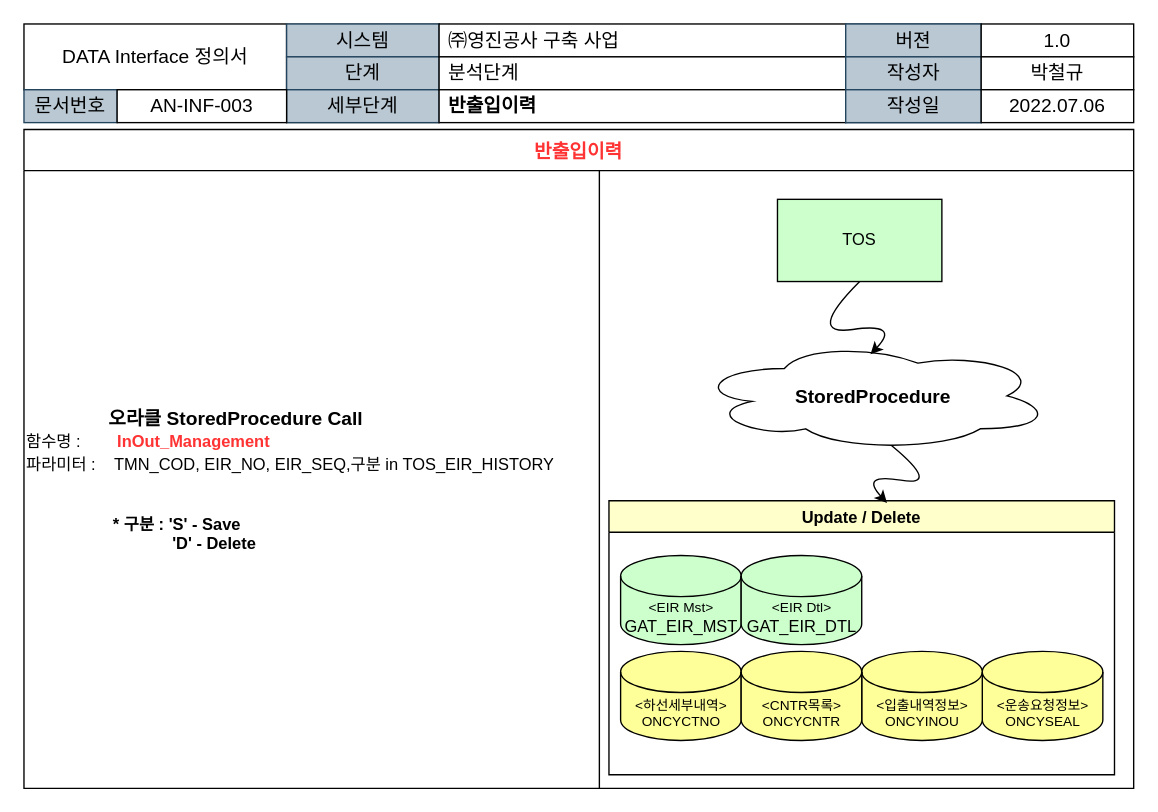
Before: page "반출입이력 Update" (5 of 5) of 산출물/프로세스 명세서 (Data Interface).drawio in yabadadu/-, a draw.io diagram. Source tidied: cells renumbered, new cells numbered last; positions are measured from the earlier drawing's top-left corner, leaving out a move shared by most shapes. Both pictures are drawn from the tidied source at 137%, with x=0, y=0 at pixel (23, 23).
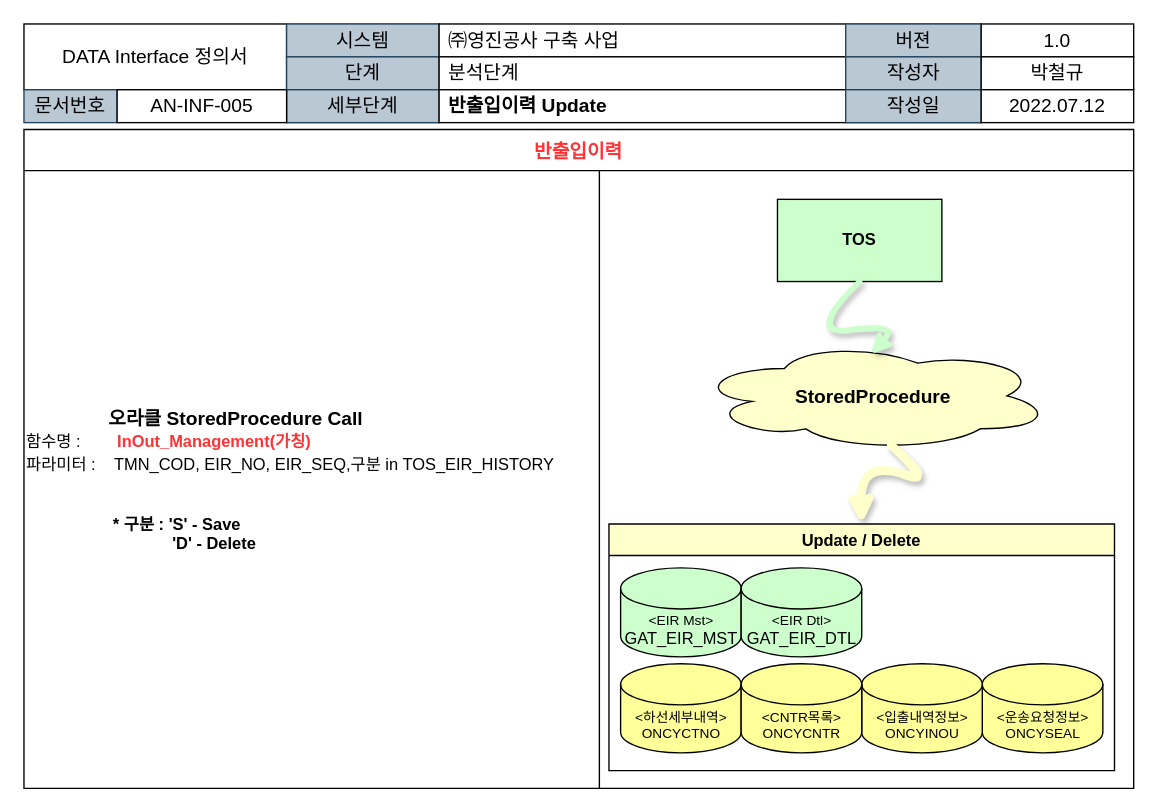
The same page after the edit.

The change refers to these unchanged cells:
```xml
<mxCell id="2" style="group;" parent="1" vertex="1">
  <mxGeometry width="810" height="72" as="geometry" />
</mxCell>
<mxCell id="8" style="group;align=left;" parent="2" vertex="1">
  <mxGeometry x="303" width="296.8" height="72" as="geometry" />
</mxCell>
<mxCell id="16" style="group;" parent="2" vertex="1">
  <mxGeometry x="698.7" width="111.3" height="72" as="geometry" />
</mxCell>
<mxCell id="24" style="shape=tableRow;horizontal=0;startSize=0;swimlaneHead=0;swimlaneBody=0;top=0;left=0;bottom=0;right=0;fillColor=none;fontSize=14;fontColor=#FF3333;" parent="23" vertex="1">
  <mxGeometry y="30" width="810" height="451" as="geometry" />
</mxCell>
```

Change to the diagram source:
```diff
@@
-    <mxCell id="11" value="&lt;b&gt;반출입이력&lt;/b&gt;" style="rounded=0;whiteSpace=wrap;html=1;fontSize=14;align=left;spacingLeft=5;" parent="8" vertex="1">
+    <mxCell id="11" value="&lt;b&gt;반출입이력 Update&lt;/b&gt;" style="rounded=0;whiteSpace=wrap;html=1;fontSize=14;align=left;spacingLeft=5;" parent="8" vertex="1">
       <mxGeometry y="48" width="296.8" height="24" as="geometry" />
     </mxCell>
@@
-    <mxCell id="20" value="2022.07.06" style="rounded=0;whiteSpace=wrap;html=1;fontSize=14;" parent="16" vertex="1">
+    <mxCell id="20" value="2022.07.12" style="rounded=0;whiteSpace=wrap;html=1;fontSize=14;" parent="16" vertex="1">
       <mxGeometry y="48" width="111.3" height="24" as="geometry" />
     </mxCell>
@@
-    <mxCell id="22" value="AN-INF-003" style="rounded=0;whiteSpace=wrap;html=1;fontSize=14;" parent="2" vertex="1">
+    <mxCell id="22" value="AN-INF-005" style="rounded=0;whiteSpace=wrap;html=1;fontSize=14;" parent="2" vertex="1">
       <mxGeometry x="68" y="48" width="123.7" height="24" as="geometry" />
     </mxCell>
@@
-    <mxCell id="25" value="&lt;div style=&quot;&quot;&gt;&lt;div style=&quot;&quot;&gt;&lt;font style=&quot;font-size: 12px;&quot; color=&quot;#000000&quot;&gt;&amp;nbsp; &amp;nbsp; &amp;nbsp; &amp;nbsp; &amp;nbsp; &amp;nbsp; &amp;nbsp; &amp;nbsp; &amp;nbsp;&amp;nbsp;&lt;/font&gt;&lt;font style=&quot;font-size: 14px; color: rgb(0, 0, 0);&quot;&gt;&lt;b&gt;오라클 StoredProcedure Call&lt;/b&gt;&lt;/font&gt;&lt;br&gt;&lt;font style=&quot;font-size: 12px;&quot; color=&quot;#000000&quot;&gt;함수명 :&amp;nbsp; &amp;nbsp; &amp;nbsp; &amp;nbsp; &lt;/font&gt;&lt;b style=&quot;font-size: 12px;&quot;&gt;InOut_Management&lt;/b&gt;&lt;br&gt;&lt;font style=&quot;&quot; color=&quot;#000000&quot;&gt;&lt;span style=&quot;font-size: 12px;&quot;&gt;파라미터 :&amp;nbsp; &amp;nbsp; TMN_COD, EIR_NO, EIR_SEQ,구분 in TOS_EIR_HISTORY&lt;/span&gt;&lt;/font&gt;&lt;br&gt;&lt;/div&gt;&lt;div style=&quot;color: rgb(0, 0, 0); font-size: 12px;&quot;&gt;&lt;br&gt;&lt;/div&gt;&lt;div style=&quot;color: rgb(0, 0, 0); font-size: 12px;&quot;&gt;&lt;br&gt;&lt;/div&gt;&lt;div style=&quot;color: rgb(0, 0, 0); font-size: 12px;&quot;&gt;&amp;nbsp; &amp;nbsp; &amp;nbsp; &amp;nbsp; &amp;nbsp; &amp;nbsp; &amp;nbsp; &amp;nbsp; &amp;nbsp; &amp;nbsp;&lt;b&gt;* 구분 : 'S' - Save&lt;/b&gt;&lt;/div&gt;&lt;div style=&quot;color: rgb(0, 0, 0); font-size: 12px;&quot;&gt;&lt;b&gt;&amp;nbsp; &amp;nbsp; &amp;nbsp; &amp;nbsp; &amp;nbsp; &amp;nbsp; &amp;nbsp; &amp;nbsp; &amp;nbsp; &amp;nbsp; &amp;nbsp; &amp;nbsp; &amp;nbsp; &amp;nbsp; &amp;nbsp; &amp;nbsp; 'D' - Delete&lt;/b&gt;&lt;/div&gt;&lt;/div&gt;" style="shape=partialRectangle;html=1;whiteSpace=wrap;fillColor=none;top=0;left=0;bottom=0;right=0;overflow=hidden;fontSize=14;fontColor=#FF3333;align=left;" parent="24" vertex="1">
+    <mxCell id="25" value="&lt;div style=&quot;&quot;&gt;&lt;div style=&quot;&quot;&gt;&lt;font style=&quot;font-size: 12px;&quot; color=&quot;#000000&quot;&gt;&amp;nbsp; &amp;nbsp; &amp;nbsp; &amp;nbsp; &amp;nbsp; &amp;nbsp; &amp;nbsp; &amp;nbsp; &amp;nbsp;&amp;nbsp;&lt;/font&gt;&lt;font style=&quot;font-size: 14px; color: rgb(0, 0, 0);&quot;&gt;&lt;b&gt;오라클 StoredProcedure Call&lt;/b&gt;&lt;/font&gt;&lt;br&gt;&lt;font style=&quot;font-size: 12px;&quot; color=&quot;#000000&quot;&gt;함수명 :&amp;nbsp; &amp;nbsp; &amp;nbsp; &amp;nbsp; &lt;/font&gt;&lt;b style=&quot;font-size: 12px;&quot;&gt;InOut_Management(가칭)&lt;/b&gt;&lt;br&gt;&lt;font style=&quot;&quot; color=&quot;#000000&quot;&gt;&lt;span style=&quot;font-size: 12px;&quot;&gt;파라미터 :&amp;nbsp; &amp;nbsp; TMN_COD, EIR_NO, EIR_SEQ,구분 in TOS_EIR_HISTORY&lt;/span&gt;&lt;/font&gt;&lt;br&gt;&lt;/div&gt;&lt;div style=&quot;color: rgb(0, 0, 0); font-size: 12px;&quot;&gt;&lt;br&gt;&lt;/div&gt;&lt;div style=&quot;color: rgb(0, 0, 0); font-size: 12px;&quot;&gt;&lt;br&gt;&lt;/div&gt;&lt;div style=&quot;color: rgb(0, 0, 0); font-size: 12px;&quot;&gt;&amp;nbsp; &amp;nbsp; &amp;nbsp; &amp;nbsp; &amp;nbsp; &amp;nbsp; &amp;nbsp; &amp;nbsp; &amp;nbsp; &amp;nbsp;&lt;b&gt;* 구분 : 'S' - Save&lt;/b&gt;&lt;/div&gt;&lt;div style=&quot;color: rgb(0, 0, 0); font-size: 12px;&quot;&gt;&lt;b&gt;&amp;nbsp; &amp;nbsp; &amp;nbsp; &amp;nbsp; &amp;nbsp; &amp;nbsp; &amp;nbsp; &amp;nbsp; &amp;nbsp; &amp;nbsp; &amp;nbsp; &amp;nbsp; &amp;nbsp; &amp;nbsp; &amp;nbsp; &amp;nbsp; 'D' - Delete&lt;/b&gt;&lt;/div&gt;&lt;/div&gt;" style="shape=partialRectangle;html=1;whiteSpace=wrap;fillColor=none;top=0;left=0;bottom=0;right=0;overflow=hidden;fontSize=14;fontColor=#FF3333;align=left;" parent="24" vertex="1">
       <mxGeometry width="420" height="451" as="geometry" />
     </mxCell>
@@
-    <mxCell id="27" value="&lt;b style=&quot;font-size: 14px; text-align: left;&quot;&gt;StoredProcedure&lt;/b&gt;" style="ellipse;shape=cloud;whiteSpace=wrap;html=1;fontSize=12;fontColor=#000000;fillColor=#FFFFFF;" parent="1" vertex="1">
+    <mxCell id="27" value="&lt;b style=&quot;font-size: 14px; text-align: left;&quot;&gt;StoredProcedure&lt;/b&gt;" style="ellipse;shape=cloud;whiteSpace=wrap;html=1;fontSize=12;fontColor=#000000;fillColor=#FFFFCC;" parent="1" vertex="1">
       <mxGeometry x="490" y="231.5" width="260" height="80" as="geometry" />
     </mxCell>
-    <mxCell id="28" value="TOS" style="rounded=0;whiteSpace=wrap;html=1;fontSize=12;fontColor=#000000;fillColor=#CCFFCC;" parent="1" vertex="1">
+    <mxCell id="28" value="TOS" style="rounded=0;whiteSpace=wrap;html=1;fontSize=12;fontColor=#000000;fillColor=#CCFFCC;fontStyle=1;" parent="1" vertex="1">
       <mxGeometry x="550" y="128" width="120" height="60" as="geometry" />
     </mxCell>
     <mxCell id="29" style="group;" parent="1" vertex="1">
-      <mxGeometry x="435.5" y="458" width="352" height="65" as="geometry" />
+      <mxGeometry x="435.5" y="467" width="352" height="65" as="geometry" />
     </mxCell>
@@
-    <mxCell id="34" style="curved=1;endArrow=classic;html=1;rounded=0;fontSize=10;fontColor=#000000;exitX=0.5;exitY=1;exitDx=0;exitDy=0;entryX=0.492;entryY=0.12;entryDx=0;entryDy=0;entryPerimeter=0;" parent="1" edge="1" source="28" target="27">
+    <mxCell id="34" style="curved=1;endArrow=classic;html=1;rounded=0;fontSize=10;fontColor=#000000;exitX=0.5;exitY=1;exitDx=0;exitDy=0;entryX=0.492;entryY=0.12;entryDx=0;entryDy=0;entryPerimeter=0;strokeColor=#CCFFCC;strokeWidth=4;shadow=1;sketch=1;" parent="1" edge="1" source="28" target="27">
       <mxGeometry relative="1" as="geometry">
         <Array as="points">
           <mxPoint x="570" y="228" />
           <mxPoint x="640" y="218" />
         </Array>
       </mxGeometry>
     </mxCell>
     <mxCell id="35" value="&lt;span style=&quot;font-size: 10px;&quot;&gt;&amp;lt;EIR Mst&amp;gt;&lt;/span&gt;&lt;br style=&quot;font-size: 10px;&quot;&gt;&lt;div style=&quot;&quot;&gt;&lt;div style=&quot;page: WordSection1;&quot; class=&quot;WordSection1&quot;&gt;&lt;p style=&quot;margin: 0cm 0cm 0.0001pt; line-height: normal; font-family: &amp;quot;맑은 고딕&amp;quot;; word-break: keep-all;&quot; class=&quot;MsoNormal&quot;&gt;&lt;span style=&quot;font-family: Calibri, sans-serif;&quot; lang=&quot;EN-US&quot;&gt;&lt;font style=&quot;font-size: 12px;&quot;&gt;GAT_EIR_MST&lt;/font&gt;&lt;/span&gt;&lt;/p&gt;&lt;/div&gt;&lt;/div&gt;" style="shape=cylinder3;whiteSpace=wrap;html=1;boundedLbl=1;backgroundOutline=1;size=15;fillColor=#CCFFCC;align=center;fontSize=10;" parent="1" vertex="1">
-      <mxGeometry x="435.5" y="388" width="88" height="65" as="geometry" />
+      <mxGeometry x="435.5" y="397" width="88" height="65" as="geometry" />
     </mxCell>
     <mxCell id="36" value="&lt;span style=&quot;font-size: 10px;&quot;&gt;&amp;lt;EIR Dtl&amp;gt;&lt;/span&gt;&lt;br style=&quot;font-size: 10px;&quot;&gt;&lt;div style=&quot;&quot;&gt;&lt;div style=&quot;page: WordSection1;&quot; class=&quot;WordSection1&quot;&gt;&lt;p style=&quot;margin: 0cm 0cm 0.0001pt; line-height: normal; font-family: &amp;quot;맑은 고딕&amp;quot;; word-break: keep-all;&quot; class=&quot;MsoNormal&quot;&gt;&lt;span style=&quot;font-family: Calibri, sans-serif;&quot; lang=&quot;EN-US&quot;&gt;&lt;font style=&quot;font-size: 12px;&quot;&gt;GAT_EIR_DTL&lt;/font&gt;&lt;/span&gt;&lt;/p&gt;&lt;/div&gt;&lt;/div&gt;" style="shape=cylinder3;whiteSpace=wrap;html=1;boundedLbl=1;backgroundOutline=1;size=15;fillColor=#CCFFCC;align=center;fontSize=10;" parent="1" vertex="1">
-      <mxGeometry x="523.5" y="388" width="88" height="65" as="geometry" />
+      <mxGeometry x="523.5" y="397" width="88" height="65" as="geometry" />
     </mxCell>
     <mxCell id="37" value="Update / Delete" style="swimlane;fontSize=12;fontColor=#000000;fillColor=#FFFFCC;" parent="1" vertex="1">
-      <mxGeometry x="427" y="348" width="369" height="200" as="geometry" />
+      <mxGeometry x="427" y="365" width="369" height="180" as="geometry" />
     </mxCell>
-    <mxCell id="38" style="curved=1;endArrow=classic;html=1;rounded=0;fontSize=12;fontColor=#000000;exitX=0.55;exitY=0.95;exitDx=0;exitDy=0;exitPerimeter=0;entryX=0.55;entryY=0.008;entryDx=0;entryDy=0;entryPerimeter=0;" parent="1" edge="1" source="27" target="37">
+    <mxCell id="38" style="curved=1;endArrow=classic;html=1;rounded=0;fontSize=12;fontColor=#000000;exitX=0.55;exitY=0.95;exitDx=0;exitDy=0;exitPerimeter=0;entryX=0.5;entryY=0;entryDx=0;entryDy=0;strokeColor=#FFFFCC;strokeWidth=6;shadow=1;sketch=1;" parent="1" edge="1" source="27" target="37">
       <mxGeometry relative="1" as="geometry">
         <Array as="points">
           <mxPoint x="670" y="338" />
-          <mxPoint x="610" y="328" />
+          <mxPoint x="610" y="318" />
         </Array>
       </mxGeometry>
     </mxCell>
```
